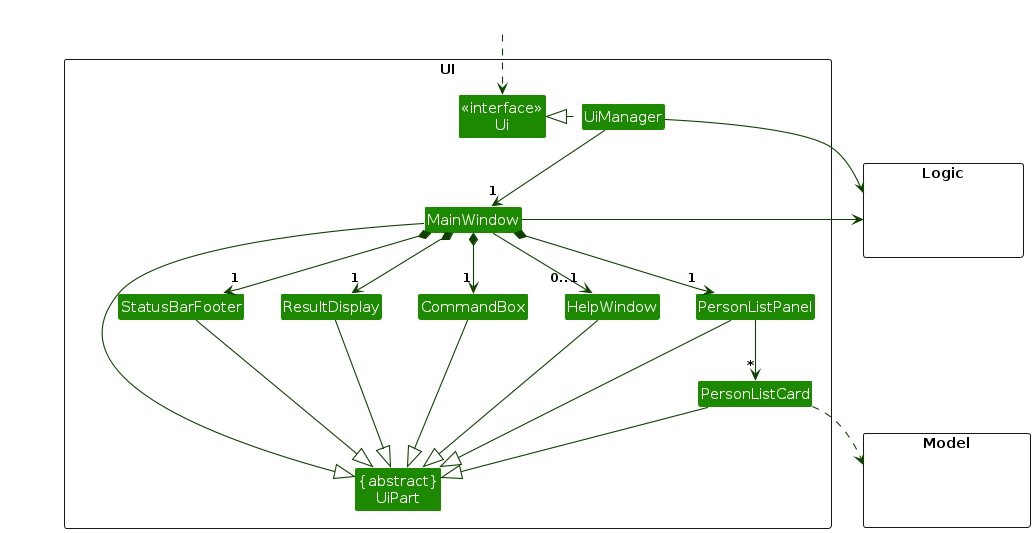
AY2425S1-CS2103T-T15-1/tp keeps this PlantUML diagram as diagrams/UiClassDiagram.png. Above is the earlier version. Its source is kept beside it as diagrams/UiClassDiagram.puml.
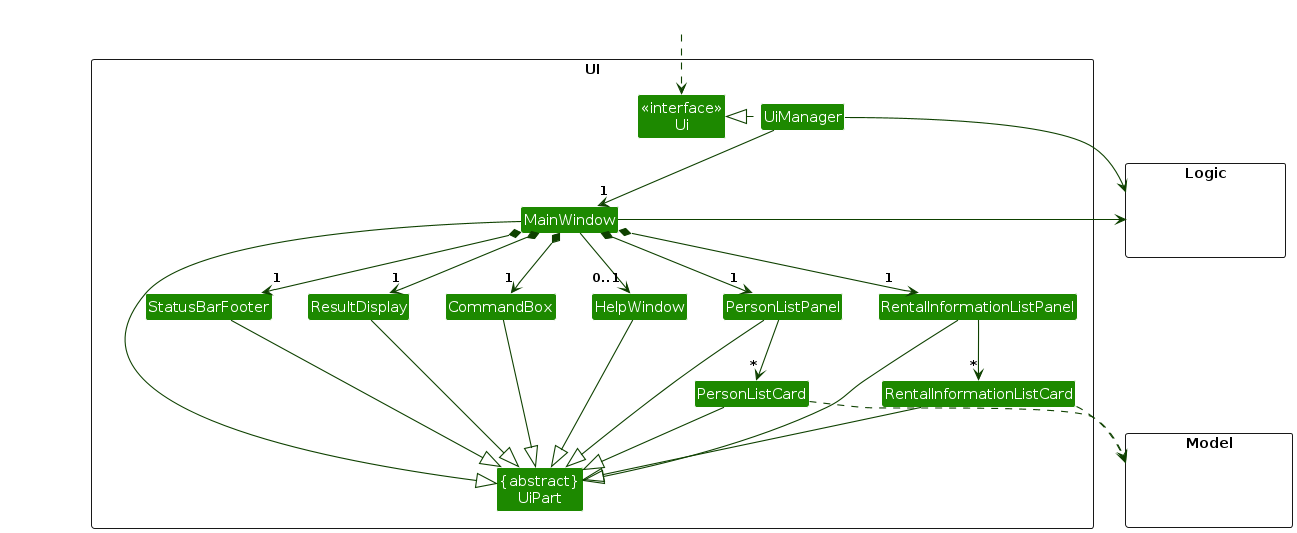
Later version of the same file.

The edit, as a diff of the source:
```diff
@@ -13,6 +13,8 @@
 Class ResultDisplay
 Class PersonListPanel
 Class PersonListCard
+Class RentalInformationListPanel
+Class RentalInformationListCard
 Class StatusBarFooter
 Class CommandBox
 }
@@ -33,10 +35,13 @@
 MainWindow *-down->  "1" CommandBox
 MainWindow *-down-> "1" ResultDisplay
 MainWindow *-down-> "1" PersonListPanel
+MainWindow *-down-> "1" RentalInformationListPanel
 MainWindow *-down-> "1" StatusBarFooter
 MainWindow --> "0..1" HelpWindow
 
 PersonListPanel -down-> "*" PersonListCard
+
+RentalInformationListPanel -down-> "*" RentalInformationListCard
 
 MainWindow -left-|> UiPart
 
@@ -44,13 +49,17 @@
 CommandBox --|> UiPart
 PersonListPanel --|> UiPart
 PersonListCard --|> UiPart
+RentalInformationListPanel --|> UiPart
+RentalInformationListCard --|> UiPart
 StatusBarFooter --|> UiPart
 HelpWindow --|> UiPart
 
 PersonListCard ..> Model
+RentalInformationListCard ..> Model
 UiManager -right-> Logic
 MainWindow -left-> Logic
 
+RentalInformationListPanel -[hidden]left- PersonListPanel
 PersonListPanel -[hidden]left- HelpWindow
 HelpWindow -[hidden]left- CommandBox
 CommandBox -[hidden]left- ResultDisplay
```
